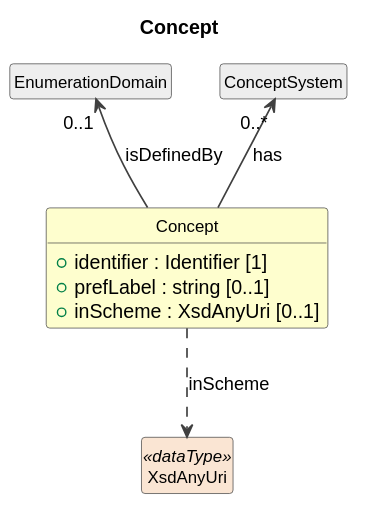
This is cdif-uml-model/_plantuml/cdifDataStructure/Classes/Concept.svg from Cross-Domain-Interoperability-Framework/metadataBuildingBlocks, a PlantUML export, as it was before one commit.
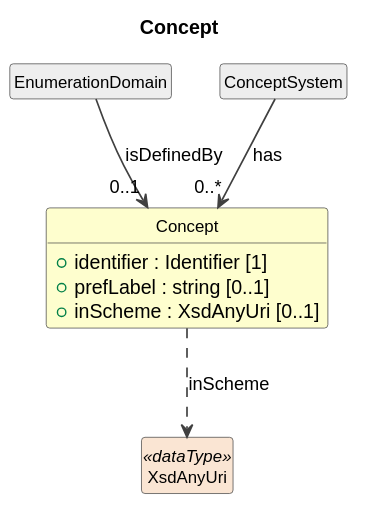
After the change.

Change to the diagram source:
```diff
@@ -16,9 +16,9 @@
   +inScheme : XsdAnyUri [0..1]
 }
 class "EnumerationDomain" as EnumerationDomain #EEEEEE
-EnumerationDomain "0..1" <-- Concept : isDefinedBy
+EnumerationDomain --> "0..1" Concept : isDefinedBy
 class "ConceptSystem" as ConceptSystem #EEEEEE
-ConceptSystem "0..*" <-- Concept : has
+ConceptSystem --> "0..*" Concept : has
 class "XsdAnyUri" as XsdAnyUri <<dataType>> #FAE5D3
 Concept ..> XsdAnyUri : inScheme
 @enduml
```
